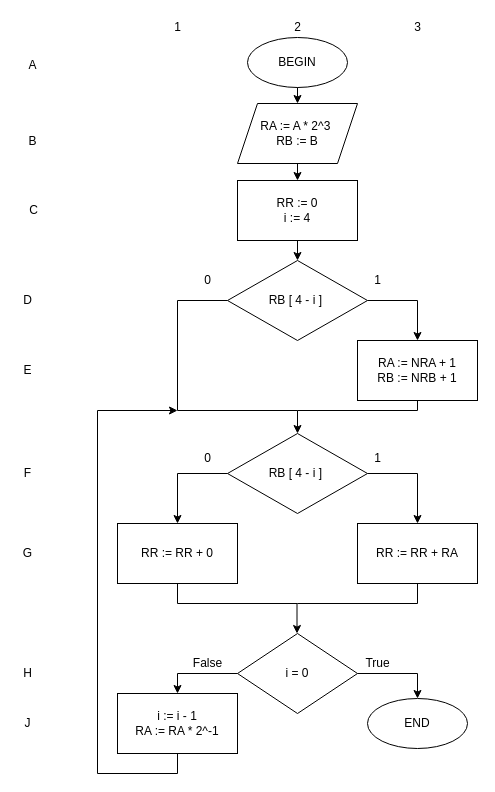
Above: Блок операций_1_Умножение.drawio in TimurQQ/Workshop (draw.io), before the change. Source tidied: cells renumbered, new cells numbered last; positions are measured from the earlier drawing's top-left corner, leaving out a move shared by most shapes. Both pictures are drawn from the tidied source at 100%, with x=0, y=0 at pixel (17, 17).
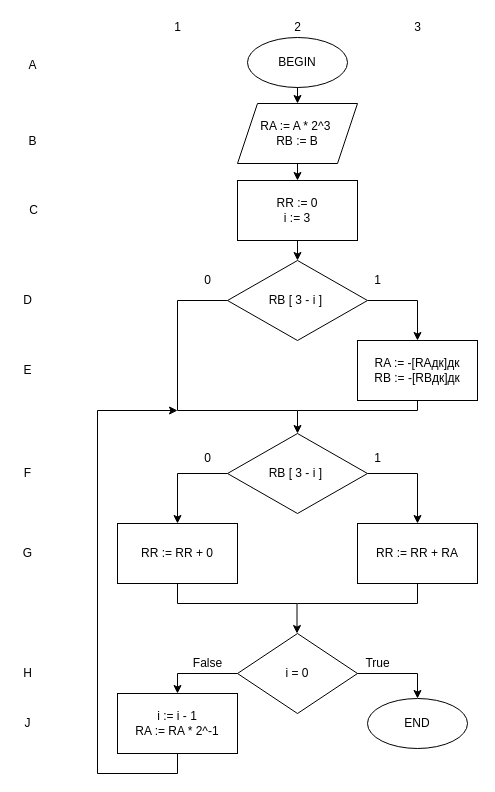
The same diagram, later.

Change to the diagram source:
```diff
@@
-    <mxCell id="5" value="RR := 0&lt;br&gt;i := 4" style="rounded=0;whiteSpace=wrap;html=1;" parent="1" vertex="1">
+    <mxCell id="5" value="RR := 0&lt;br&gt;i := 3" style="rounded=0;whiteSpace=wrap;html=1;" parent="1" vertex="1">
       <mxGeometry x="220" y="163" width="120" height="60" as="geometry" />
     </mxCell>
@@
-    <mxCell id="9" value="RA := NRA + 1&lt;br&gt;RB := NRB + 1" style="rounded=0;whiteSpace=wrap;html=1;" parent="1" vertex="1">
+    <mxCell id="9" value="RA := -[RAдк]дк&lt;br&gt;RB := -[RBдк]дк" style="rounded=0;whiteSpace=wrap;html=1;" parent="1" vertex="1">
       <mxGeometry x="340" y="323" width="120" height="60" as="geometry" />
     </mxCell>
@@
-    <mxCell id="16" value="RB [ 4 - i ]&amp;nbsp;" style="rhombus;whiteSpace=wrap;html=1;strokeWidth=1;" parent="1" vertex="1">
+    <mxCell id="16" value="RB [ 3 - i ]&amp;nbsp;" style="rhombus;whiteSpace=wrap;html=1;strokeWidth=1;" parent="1" vertex="1">
       <mxGeometry x="210" y="416" width="140" height="80" as="geometry" />
     </mxCell>
@@
-    <mxCell id="48" value="RB [ 4 - i ]&amp;nbsp;" style="rhombus;whiteSpace=wrap;html=1;strokeWidth=1;" parent="1" vertex="1">
+    <mxCell id="48" value="RB [ 3 - i ]&amp;nbsp;" style="rhombus;whiteSpace=wrap;html=1;strokeWidth=1;" parent="1" vertex="1">
       <mxGeometry x="210" y="243" width="140" height="80" as="geometry" />
     </mxCell>
```
